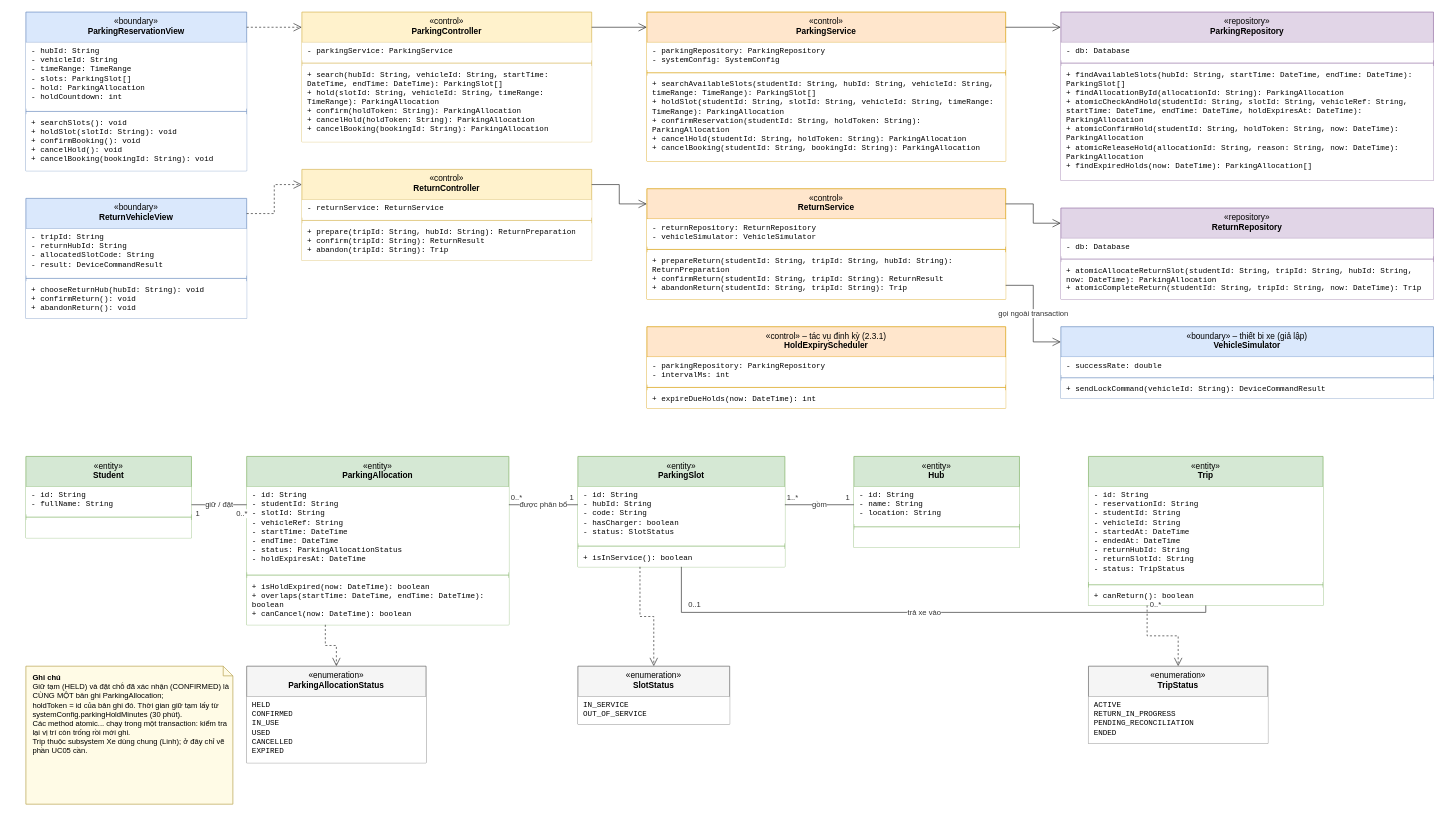
The draw.io diagram page "Do xe va tra xe" (2 of 2) of docs/submission-3/quangnhan/class-tai-khoan-do-xe.drawio in nhanbui304/smart-emobility-hub, before the edit. Source tidied: cells renumbered, new cells numbered last; positions are measured from the earlier drawing's top-left corner, leaving out a move shared by most shapes. Both pictures are drawn from the tidied source at 69%, with x=0, y=0 at pixel (26, 12).
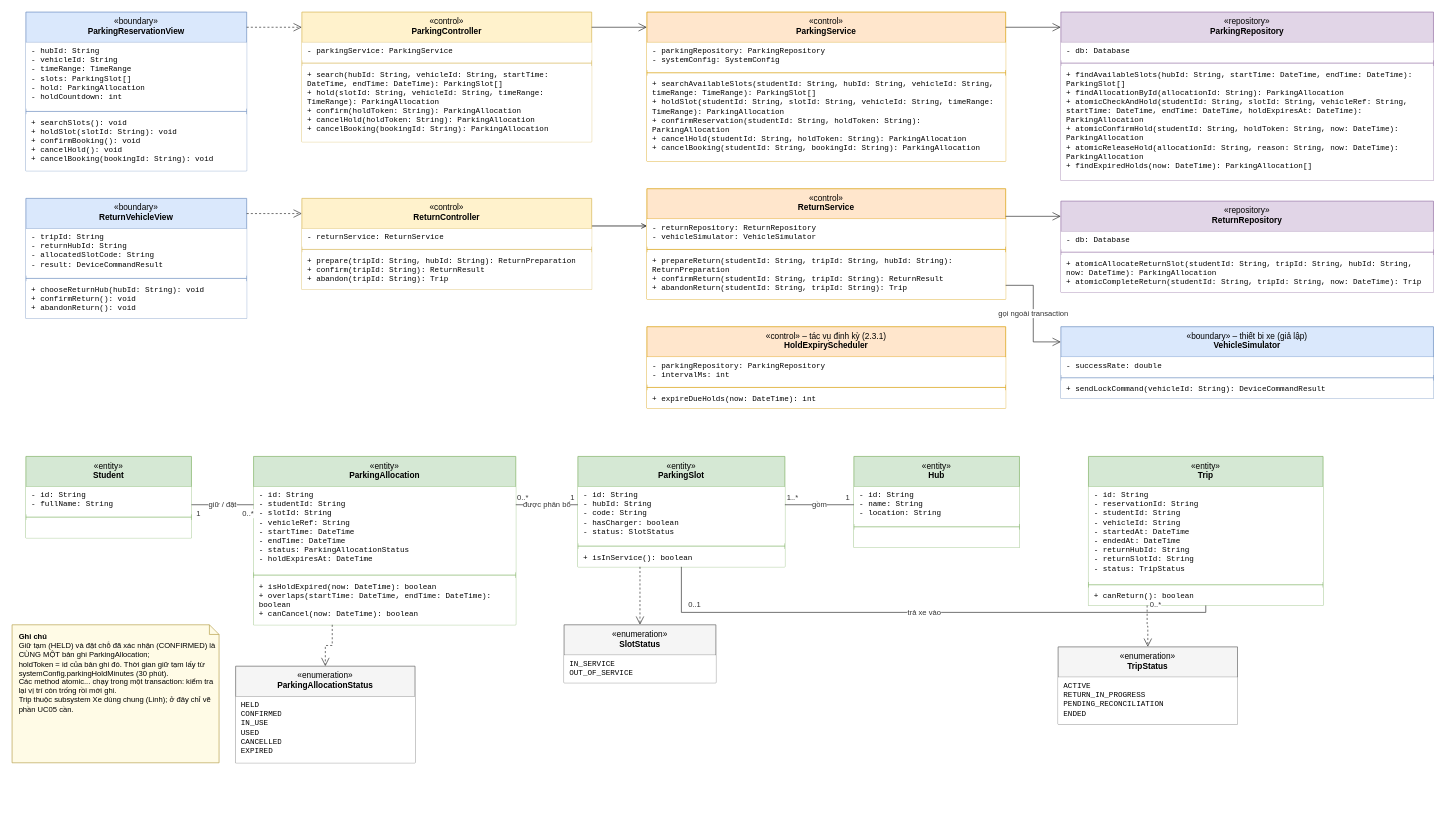
After the change.

Unchanged cells that the change refers to:
```xml
<mxCell id="22" value="«control»&lt;br&gt;&lt;b&gt;ReturnService&lt;/b&gt;" style="swimlane;fontStyle=0;align=center;verticalAlign=top;horizontal=1;startSize=44;html=1;whiteSpace=wrap;fillColor=#ffe6cc;strokeColor=#d79b00;fontSize=12;" parent="1" vertex="1">
  <mxGeometry x="900" y="256" width="520" height="160" as="geometry" />
</mxCell>
```

What changed in the source:
```diff
@@
+    <mxCell id="91" style="edgeStyle=none;html=1;endArrow=open;endFill=0;" parent="1" edge="1">
+      <mxGeometry relative="1" as="geometry">
+        <mxPoint x="820" y="310" as="sourcePoint" />
+        <mxPoint x="900" y="310" as="targetPoint" />
+      </mxGeometry>
+    </mxCell>
     <mxCell id="14" value="«control»&lt;br&gt;&lt;b&gt;ReturnController&lt;/b&gt;" style="swimlane;fontStyle=0;align=center;verticalAlign=top;horizontal=1;startSize=44;html=1;whiteSpace=wrap;fillColor=#fff2cc;strokeColor=#d6b656;fontSize=12;" parent="1" vertex="1">
-      <mxGeometry x="400" y="228" width="420" height="132" as="geometry" />
+      <mxGeometry x="400" y="270" width="420" height="132" as="geometry" />
     </mxCell>
@@
     <mxCell id="34" value="«repository»&lt;br&gt;&lt;b&gt;ReturnRepository&lt;/b&gt;" style="swimlane;fontStyle=0;align=center;verticalAlign=top;horizontal=1;startSize=44;html=1;whiteSpace=wrap;fillColor=#e1d5e7;strokeColor=#9673a6;fontSize=12;" parent="1" vertex="1">
-      <mxGeometry x="1500" y="284" width="540" height="132" as="geometry" />
+      <mxGeometry x="1500" y="274" width="540" height="132" as="geometry" />
     </mxCell>
@@
-    <mxCell id="45" style="endArrow=open;endSize=10;html=1;rounded=0;edgeStyle=orthogonalEdgeStyle;fontSize=11;strokeColor=#333333;fontColor=#333333;labelBackgroundColor=#ffffff;exitX=1;exitY=0;exitDy=22;entryX=0;entryY=0;entryDy=22;" parent="1" edge="1" source="14" target="22">
-      <mxGeometry relative="1" as="geometry" />
-    </mxCell>
@@
-    <mxCell id="47" style="endArrow=open;endSize=10;html=1;rounded=0;edgeStyle=orthogonalEdgeStyle;fontSize=11;strokeColor=#333333;fontColor=#333333;labelBackgroundColor=#ffffff;exitX=1;exitY=0;exitDy=22;entryX=0;entryY=0;entryDy=22;" parent="1" edge="1" source="22" target="34">
+    <mxCell id="47" style="endArrow=open;endSize=10;html=1;rounded=0;edgeStyle=orthogonalEdgeStyle;fontSize=11;strokeColor=#333333;fontColor=#333333;labelBackgroundColor=#ffffff;exitX=1;exitY=0.25;exitDy=0;entryX=0;entryY=0;entryDy=22;exitDx=0;" parent="1" edge="1" source="22" target="34">
       <mxGeometry relative="1" as="geometry" />
     </mxCell>
@@
     <mxCell id="53" value="«entity»&lt;br&gt;&lt;b&gt;ParkingAllocation&lt;/b&gt;" style="swimlane;fontStyle=0;align=center;verticalAlign=top;horizontal=1;startSize=44;html=1;whiteSpace=wrap;fillColor=#d5e8d4;strokeColor=#82b366;fontSize=12;" parent="1" vertex="1">
-      <mxGeometry x="320" y="644" width="380" height="244" as="geometry" />
+      <mxGeometry x="330" y="644" width="380" height="244" as="geometry" />
     </mxCell>
@@
     <mxCell id="81" value="«enumeration»&lt;br&gt;&lt;b&gt;ParkingAllocationStatus&lt;/b&gt;" style="swimlane;fontStyle=0;align=center;verticalAlign=top;horizontal=1;startSize=44;html=1;whiteSpace=wrap;fillColor=#f5f5f5;strokeColor=#666666;fontSize=12;" parent="1" vertex="1">
-      <mxGeometry x="320" y="948" width="260" height="140" as="geometry" />
+      <mxGeometry x="304" y="948" width="260" height="140" as="geometry" />
     </mxCell>
@@
     <mxCell id="83" value="«enumeration»&lt;br&gt;&lt;b&gt;SlotStatus&lt;/b&gt;" style="swimlane;fontStyle=0;align=center;verticalAlign=top;horizontal=1;startSize=44;html=1;whiteSpace=wrap;fillColor=#f5f5f5;strokeColor=#666666;fontSize=12;" parent="1" vertex="1">
-      <mxGeometry x="800" y="948" width="220" height="84" as="geometry" />
+      <mxGeometry x="780" y="888" width="220" height="84" as="geometry" />
     </mxCell>
@@
     <mxCell id="85" value="«enumeration»&lt;br&gt;&lt;b&gt;TripStatus&lt;/b&gt;" style="swimlane;fontStyle=0;align=center;verticalAlign=top;horizontal=1;startSize=44;html=1;whiteSpace=wrap;fillColor=#f5f5f5;strokeColor=#666666;fontSize=12;" parent="1" vertex="1">
-      <mxGeometry x="1540" y="948" width="260" height="112" as="geometry" />
+      <mxGeometry x="1496" y="920" width="260" height="112" as="geometry" />
     </mxCell>
@@
     <mxCell id="90" value="&lt;b&gt;Ghi chú&lt;/b&gt;&lt;br&gt;Giữ tạm (HELD) và đặt chỗ đã xác nhận (CONFIRMED) là CÙNG MỘT bản ghi ParkingAllocation;&lt;br&gt;holdToken = id của bản ghi đó. Thời gian giữ tạm lấy từ systemConfig.parkingHoldMinutes (30 phút).&lt;br&gt;Các method atomic... chạy trong một transaction: kiểm tra lại vị trí còn trống rồi mới ghi.&lt;br&gt;Trip thuộc subsystem Xe dùng chung (Linh); ở đây chỉ vẽ phần UC05 cần." style="shape=note;whiteSpace=wrap;html=1;size=14;align=left;verticalAlign=top;spacingLeft=8;spacingTop=4;fillColor=#fffbe6;strokeColor=#b8a24f;fontSize=11;" parent="1" vertex="1">
-      <mxGeometry y="948" width="300" height="200" as="geometry" />
+      <mxGeometry x="-20" y="888" width="300" height="200" as="geometry" />
     </mxCell>
```
